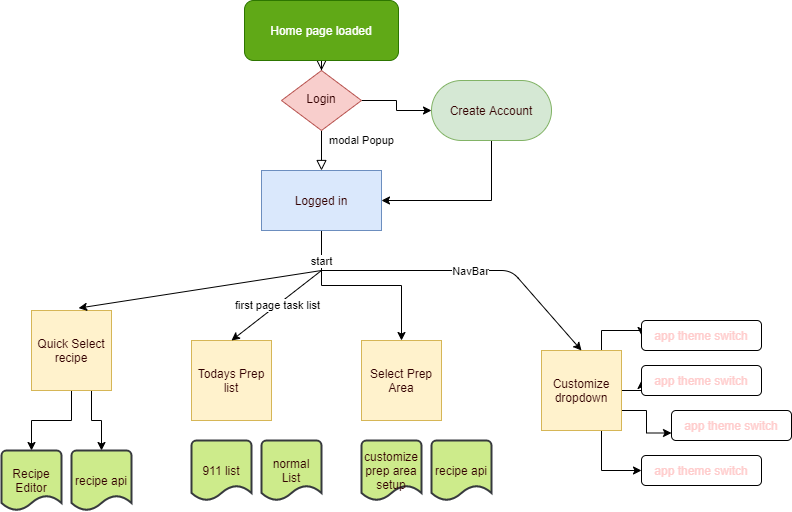
The draw.io diagram referenceLibrary/flowCharts/kitchenPrepAppFlowChart.png in Michael-Yount/KitchenPrepApp, before a commit. Source tidied: cells renumbered, new cells last; positions are measured from the earlier drawing's top-left corner, leaving out a move shared by most shapes. Its diagram source:
```xml
<mxGraphModel shadow="1">
  <root>
    <mxCell id="0" />
    <mxCell id="1" parent="0" />
    <mxCell id="2" style="rounded=0;html=1;jettySize=auto;fontSize=11;endArrow=block;endFill=0;endSize=8;strokeWidth=1;shadow=0;labelBackgroundColor=none;edgeStyle=orthogonalEdgeStyle;" parent="1" edge="1" source="3" target="6">
      <mxGeometry relative="1" as="geometry" />
    </mxCell>
    <mxCell id="3" value="Home page loaded" style="rounded=1;whiteSpace=wrap;html=1;fontSize=12;glass=0;strokeWidth=1;shadow=0;fillColor=#60a917;strokeColor=#2D7600;fontColor=#ffffff;" parent="1" vertex="1">
      <mxGeometry x="243" width="154" height="60" as="geometry" />
    </mxCell>
    <mxCell id="4" value="modal Popup" style="rounded=0;html=1;jettySize=auto;fontSize=11;endArrow=block;endFill=0;endSize=8;strokeWidth=1;shadow=0;labelBackgroundColor=none;edgeStyle=orthogonalEdgeStyle;" parent="1" edge="1" source="6" target="11">
      <mxGeometry x="-0.5" y="40" relative="1" as="geometry" />
    </mxCell>
    <mxCell id="5" style="edgeStyle=orthogonalEdgeStyle;rounded=0;jettySize=auto;html=1;fontColor=#330000;" parent="1" edge="1" source="6" target="13">
      <mxGeometry relative="1" as="geometry" />
    </mxCell>
    <mxCell id="6" value="Login" style="rhombus;whiteSpace=wrap;html=1;shadow=0;fontFamily=Helvetica;fontSize=12;align=center;strokeWidth=1;spacing=6;spacingTop=-4;fillColor=#f8cecc;strokeColor=#b85450;fontColor=#330000;" parent="1" vertex="1">
      <mxGeometry x="280" y="70" width="80" height="60" as="geometry" />
    </mxCell>
    <mxCell id="7" style="edgeStyle=orthogonalEdgeStyle;rounded=0;jettySize=auto;html=1;fontColor=#330000;" parent="1" edge="1" source="9" target="27">
      <mxGeometry relative="1" as="geometry" />
    </mxCell>
    <mxCell id="8" style="edgeStyle=orthogonalEdgeStyle;rounded=0;jettySize=auto;html=1;exitX=0.75;exitY=1;exitDx=0;exitDy=0;entryX=0.5;entryY=0;entryDx=0;entryDy=0;entryPerimeter=0;fontColor=#330000;" parent="1" edge="1" source="9" target="28">
      <mxGeometry relative="1" as="geometry" />
    </mxCell>
    <mxCell id="9" value="&lt;font&gt;Quick Select recipe&lt;/font&gt;" style="whiteSpace=wrap;html=1;fillColor=#fff2cc;strokeColor=#d6b656;fontColor=#330000;" parent="1" vertex="1">
      <mxGeometry x="30" y="310" width="80" height="80" as="geometry" />
    </mxCell>
    <mxCell id="10" style="edgeStyle=orthogonalEdgeStyle;rounded=0;jettySize=auto;html=1;fontColor=#330000;entryX=0.5;entryY=0;entryDx=0;entryDy=0;" parent="1" edge="1" source="11" target="14">
      <mxGeometry relative="1" as="geometry" />
    </mxCell>
    <mxCell id="11" value="&lt;font color=&quot;#330000&quot;&gt;Logged in&lt;/font&gt;" style="rounded=0;whiteSpace=wrap;html=1;fillColor=#dae8fc;strokeColor=#6c8ebf;" parent="1" vertex="1">
      <mxGeometry x="260" y="170" width="120" height="60" as="geometry" />
    </mxCell>
    <mxCell id="12" style="edgeStyle=orthogonalEdgeStyle;rounded=0;jettySize=auto;html=1;fontColor=#330000;" parent="1" edge="1" source="13" target="11">
      <mxGeometry relative="1" as="geometry">
        <Array as="points">
          <mxPoint x="490" y="200" />
        </Array>
      </mxGeometry>
    </mxCell>
    <mxCell id="13" value="Create Account" style="rounded=1;whiteSpace=wrap;html=1;fillColor=#d5e8d4;strokeColor=#82b366;arcSize=50;fontColor=#330000;" parent="1" vertex="1">
      <mxGeometry x="430" y="80" width="120" height="60" as="geometry" />
    </mxCell>
    <mxCell id="14" value="&lt;font&gt;Select Prep Area&lt;/font&gt;" style="whiteSpace=wrap;html=1;fillColor=#fff2cc;strokeColor=#d6b656;fontColor=#330000;" parent="1" vertex="1">
      <mxGeometry x="360" y="340" width="80" height="80" as="geometry" />
    </mxCell>
    <mxCell id="15" style="edgeStyle=orthogonalEdgeStyle;rounded=0;jettySize=auto;html=1;exitX=0.75;exitY=0;exitDx=0;exitDy=0;entryX=0;entryY=0.5;entryDx=0;entryDy=0;fontColor=#330000;" parent="1" edge="1" source="19" target="33">
      <mxGeometry relative="1" as="geometry" />
    </mxCell>
    <mxCell id="16" style="edgeStyle=orthogonalEdgeStyle;rounded=0;jettySize=auto;html=1;fontColor=#330000;" parent="1" edge="1" source="19" target="34">
      <mxGeometry relative="1" as="geometry" />
    </mxCell>
    <mxCell id="17" style="edgeStyle=orthogonalEdgeStyle;rounded=0;jettySize=auto;html=1;exitX=1;exitY=0.75;exitDx=0;exitDy=0;entryX=0;entryY=0.75;entryDx=0;entryDy=0;fontColor=#330000;" parent="1" edge="1" source="19" target="35">
      <mxGeometry relative="1" as="geometry" />
    </mxCell>
    <mxCell id="18" style="edgeStyle=orthogonalEdgeStyle;rounded=0;jettySize=auto;html=1;exitX=0.75;exitY=1;exitDx=0;exitDy=0;entryX=0;entryY=0.5;entryDx=0;entryDy=0;fontColor=#330000;" parent="1" edge="1" source="19" target="36">
      <mxGeometry relative="1" as="geometry" />
    </mxCell>
    <mxCell id="19" value="&lt;font&gt;Customize dropdown&lt;/font&gt;" style="whiteSpace=wrap;html=1;fillColor=#fff2cc;strokeColor=#d6b656;fontColor=#330000;" parent="1" vertex="1">
      <mxGeometry x="540" y="350" width="80" height="80" as="geometry" />
    </mxCell>
    <mxCell id="20" style="endArrow=classic;html=1;fontColor=#330000;entryX=0.589;entryY=-0.03;entryDx=0;entryDy=0;entryPerimeter=0;" parent="1" edge="1" target="9">
      <mxGeometry relative="1" as="geometry">
        <mxPoint x="320" y="270" as="sourcePoint" />
      </mxGeometry>
    </mxCell>
    <mxCell id="21" value="start" style="edgeLabel;html=1;align=center;verticalAlign=middle;" parent="20" vertex="1">
      <mxGeometry relative="1" as="geometry">
        <mxPoint x="121.3" y="-28.8" as="offset" />
      </mxGeometry>
    </mxCell>
    <mxCell id="22" style="endArrow=classic;html=1;fontColor=#330000;entryX=0.5;entryY=0;entryDx=0;entryDy=0;" parent="1" edge="1" target="19">
      <mxGeometry relative="1" as="geometry">
        <mxPoint x="320" y="270" as="sourcePoint" />
        <Array as="points">
          <mxPoint x="510" y="270" />
        </Array>
      </mxGeometry>
    </mxCell>
    <mxCell id="23" value="NavBar" style="edgeLabel;html=1;align=center;verticalAlign=middle;" parent="22" vertex="1">
      <mxGeometry relative="1" as="geometry" />
    </mxCell>
    <mxCell id="24" value="&lt;font&gt;Todays Prep list&lt;/font&gt;" style="whiteSpace=wrap;html=1;fillColor=#fff2cc;strokeColor=#d6b656;fontColor=#330000;" parent="1" vertex="1">
      <mxGeometry x="190" y="340" width="80" height="80" as="geometry" />
    </mxCell>
    <mxCell id="25" style="endArrow=classic;html=1;fontColor=#330000;entryX=0.5;entryY=0;entryDx=0;entryDy=0;" parent="1" edge="1" target="24">
      <mxGeometry relative="1" as="geometry">
        <mxPoint x="320" y="270" as="sourcePoint" />
      </mxGeometry>
    </mxCell>
    <mxCell id="26" value="first page task list" style="edgeLabel;html=1;align=center;verticalAlign=middle;" parent="25" vertex="1">
      <mxGeometry relative="1" as="geometry" />
    </mxCell>
    <mxCell id="27" value="&lt;font color=&quot;#330000&quot;&gt;Recipe Editor&lt;/font&gt;" style="strokeWidth=2;html=1;shape=mxgraph.flowchart.document2;whiteSpace=wrap;size=0.25;fillColor=#cdeb8b;strokeColor=#36393d;" parent="1" vertex="1">
      <mxGeometry y="450" width="60" height="60" as="geometry" />
    </mxCell>
    <mxCell id="28" value="&lt;font color=&quot;#330000&quot;&gt;recipe api&lt;/font&gt;" style="strokeWidth=2;html=1;shape=mxgraph.flowchart.document2;whiteSpace=wrap;size=0.25;fillColor=#cdeb8b;strokeColor=#36393d;" parent="1" vertex="1">
      <mxGeometry x="70" y="450" width="60" height="60" as="geometry" />
    </mxCell>
    <mxCell id="29" value="&lt;font color=&quot;#330000&quot;&gt;911 list&lt;/font&gt;" style="strokeWidth=2;html=1;shape=mxgraph.flowchart.document2;whiteSpace=wrap;size=0.25;fillColor=#cdeb8b;strokeColor=#36393d;" parent="1" vertex="1">
      <mxGeometry x="190" y="440" width="60" height="60" as="geometry" />
    </mxCell>
    <mxCell id="30" value="&lt;font color=&quot;#330000&quot;&gt;normal List&lt;/font&gt;" style="strokeWidth=2;html=1;shape=mxgraph.flowchart.document2;whiteSpace=wrap;size=0.25;fillColor=#cdeb8b;strokeColor=#36393d;" parent="1" vertex="1">
      <mxGeometry x="260" y="440" width="60" height="60" as="geometry" />
    </mxCell>
    <mxCell id="31" value="&lt;font color=&quot;#330000&quot;&gt;customize prep area setup&lt;/font&gt;" style="strokeWidth=2;html=1;shape=mxgraph.flowchart.document2;whiteSpace=wrap;size=0.25;fillColor=#cdeb8b;strokeColor=#36393d;" parent="1" vertex="1">
      <mxGeometry x="360" y="440" width="60" height="60" as="geometry" />
    </mxCell>
    <mxCell id="32" value="&lt;font color=&quot;#330000&quot;&gt;recipe api&lt;/font&gt;" style="strokeWidth=2;html=1;shape=mxgraph.flowchart.document2;whiteSpace=wrap;size=0.25;fillColor=#cdeb8b;strokeColor=#36393d;" parent="1" vertex="1">
      <mxGeometry x="430" y="440" width="60" height="60" as="geometry" />
    </mxCell>
    <mxCell id="33" value="&lt;font color=&quot;#ffcccc&quot;&gt;app theme switch&lt;/font&gt;" style="rounded=1;whiteSpace=wrap;html=1;fontColor=#330000;" parent="1" vertex="1">
      <mxGeometry x="640" y="320" width="120" height="30" as="geometry" />
    </mxCell>
    <mxCell id="34" value="&lt;font color=&quot;#ffcccc&quot;&gt;app theme switch&lt;/font&gt;" style="rounded=1;whiteSpace=wrap;html=1;fontColor=#330000;" parent="1" vertex="1">
      <mxGeometry x="640" y="365" width="120" height="30" as="geometry" />
    </mxCell>
    <mxCell id="35" value="&lt;font color=&quot;#ffcccc&quot;&gt;app theme switch&lt;/font&gt;" style="rounded=1;whiteSpace=wrap;html=1;fontColor=#330000;" parent="1" vertex="1">
      <mxGeometry x="670" y="410" width="120" height="30" as="geometry" />
    </mxCell>
    <mxCell id="36" value="&lt;font color=&quot;#ffcccc&quot;&gt;app theme switch&lt;/font&gt;" style="rounded=1;whiteSpace=wrap;html=1;fontColor=#330000;" parent="1" vertex="1">
      <mxGeometry x="640" y="455" width="120" height="30" as="geometry" />
    </mxCell>
  </root>
</mxGraphModel>
```
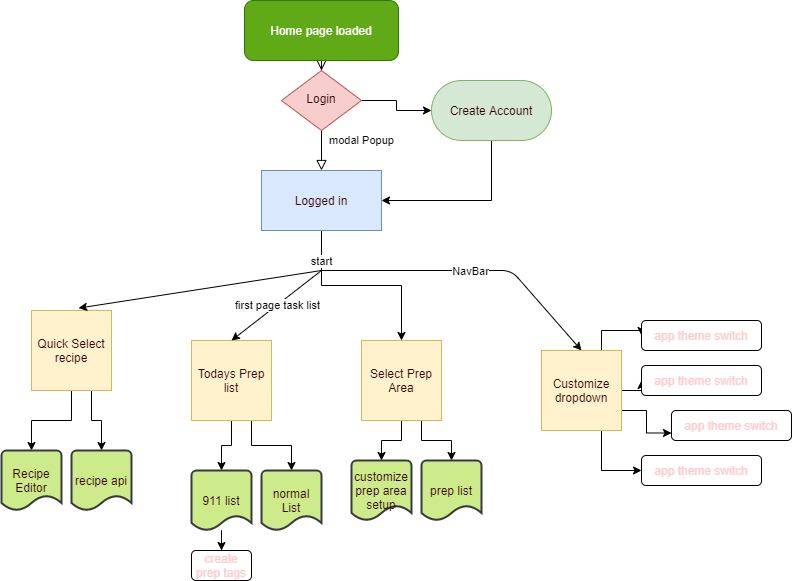
Later version of the same file.

What changed in the source:
```diff
@@ -42,6 +42,12 @@
     <mxCell id="13" value="Create Account" style="rounded=1;whiteSpace=wrap;html=1;fillColor=#d5e8d4;strokeColor=#82b366;arcSize=50;fontColor=#330000;" parent="1" vertex="1">
       <mxGeometry x="430" y="80" width="120" height="60" as="geometry" />
     </mxCell>
+    <mxCell id="37" style="edgeStyle=orthogonalEdgeStyle;rounded=0;jettySize=auto;html=1;entryX=0.5;entryY=0;entryDx=0;entryDy=0;entryPerimeter=0;fontColor=#330000;" parent="1" edge="1" source="14" target="31">
+      <mxGeometry relative="1" as="geometry" />
+    </mxCell>
+    <mxCell id="38" style="edgeStyle=orthogonalEdgeStyle;rounded=0;jettySize=auto;html=1;exitX=0.75;exitY=1;exitDx=0;exitDy=0;entryX=0.5;entryY=0;entryDx=0;entryDy=0;entryPerimeter=0;fontColor=#330000;" parent="1" edge="1" source="14" target="32">
+      <mxGeometry relative="1" as="geometry" />
+    </mxCell>
     <mxCell id="14" value="&lt;font&gt;Select Prep Area&lt;/font&gt;" style="whiteSpace=wrap;html=1;fillColor=#fff2cc;strokeColor=#d6b656;fontColor=#330000;" parent="1" vertex="1">
       <mxGeometry x="360" y="340" width="80" height="80" as="geometry" />
     </mxCell>
@@ -81,6 +87,12 @@
     <mxCell id="23" value="NavBar" style="edgeLabel;html=1;align=center;verticalAlign=middle;" parent="22" vertex="1">
       <mxGeometry relative="1" as="geometry" />
     </mxCell>
+    <mxCell id="39" style="edgeStyle=orthogonalEdgeStyle;rounded=0;jettySize=auto;html=1;fontColor=#330000;" parent="1" edge="1" source="24" target="29">
+      <mxGeometry relative="1" as="geometry" />
+    </mxCell>
+    <mxCell id="40" style="edgeStyle=orthogonalEdgeStyle;rounded=0;jettySize=auto;html=1;exitX=0.75;exitY=1;exitDx=0;exitDy=0;entryX=0.5;entryY=0;entryDx=0;entryDy=0;entryPerimeter=0;fontColor=#330000;" parent="1" edge="1" source="24" target="30">
+      <mxGeometry relative="1" as="geometry" />
+    </mxCell>
     <mxCell id="24" value="&lt;font&gt;Todays Prep list&lt;/font&gt;" style="whiteSpace=wrap;html=1;fillColor=#fff2cc;strokeColor=#d6b656;fontColor=#330000;" parent="1" vertex="1">
       <mxGeometry x="190" y="340" width="80" height="80" as="geometry" />
     </mxCell>
@@ -98,17 +110,20 @@
     <mxCell id="28" value="&lt;font color=&quot;#330000&quot;&gt;recipe api&lt;/font&gt;" style="strokeWidth=2;html=1;shape=mxgraph.flowchart.document2;whiteSpace=wrap;size=0.25;fillColor=#cdeb8b;strokeColor=#36393d;" parent="1" vertex="1">
       <mxGeometry x="70" y="450" width="60" height="60" as="geometry" />
     </mxCell>
+    <mxCell id="41" style="edgeStyle=orthogonalEdgeStyle;rounded=0;jettySize=auto;html=1;fontColor=#330000;" parent="1" edge="1" source="29" target="42">
+      <mxGeometry relative="1" as="geometry" />
+    </mxCell>
     <mxCell id="29" value="&lt;font color=&quot;#330000&quot;&gt;911 list&lt;/font&gt;" style="strokeWidth=2;html=1;shape=mxgraph.flowchart.document2;whiteSpace=wrap;size=0.25;fillColor=#cdeb8b;strokeColor=#36393d;" parent="1" vertex="1">
-      <mxGeometry x="190" y="440" width="60" height="60" as="geometry" />
+      <mxGeometry x="190" y="470" width="60" height="60" as="geometry" />
     </mxCell>
     <mxCell id="30" value="&lt;font color=&quot;#330000&quot;&gt;normal List&lt;/font&gt;" style="strokeWidth=2;html=1;shape=mxgraph.flowchart.document2;whiteSpace=wrap;size=0.25;fillColor=#cdeb8b;strokeColor=#36393d;" parent="1" vertex="1">
-      <mxGeometry x="260" y="440" width="60" height="60" as="geometry" />
+      <mxGeometry x="260" y="470" width="60" height="60" as="geometry" />
     </mxCell>
     <mxCell id="31" value="&lt;font color=&quot;#330000&quot;&gt;customize prep area setup&lt;/font&gt;" style="strokeWidth=2;html=1;shape=mxgraph.flowchart.document2;whiteSpace=wrap;size=0.25;fillColor=#cdeb8b;strokeColor=#36393d;" parent="1" vertex="1">
-      <mxGeometry x="360" y="440" width="60" height="60" as="geometry" />
+      <mxGeometry x="350" y="460" width="60" height="60" as="geometry" />
     </mxCell>
-    <mxCell id="32" value="&lt;font color=&quot;#330000&quot;&gt;recipe api&lt;/font&gt;" style="strokeWidth=2;html=1;shape=mxgraph.flowchart.document2;whiteSpace=wrap;size=0.25;fillColor=#cdeb8b;strokeColor=#36393d;" parent="1" vertex="1">
-      <mxGeometry x="430" y="440" width="60" height="60" as="geometry" />
+    <mxCell id="32" value="&lt;font color=&quot;#330000&quot;&gt;prep list&lt;/font&gt;" style="strokeWidth=2;html=1;shape=mxgraph.flowchart.document2;whiteSpace=wrap;size=0.25;fillColor=#cdeb8b;strokeColor=#36393d;" parent="1" vertex="1">
+      <mxGeometry x="420" y="460" width="60" height="60" as="geometry" />
     </mxCell>
     <mxCell id="33" value="&lt;font color=&quot;#ffcccc&quot;&gt;app theme switch&lt;/font&gt;" style="rounded=1;whiteSpace=wrap;html=1;fontColor=#330000;" parent="1" vertex="1">
       <mxGeometry x="640" y="320" width="120" height="30" as="geometry" />
@@ -122,5 +137,8 @@
     <mxCell id="36" value="&lt;font color=&quot;#ffcccc&quot;&gt;app theme switch&lt;/font&gt;" style="rounded=1;whiteSpace=wrap;html=1;fontColor=#330000;" parent="1" vertex="1">
       <mxGeometry x="640" y="455" width="120" height="30" as="geometry" />
     </mxCell>
+    <mxCell id="42" value="&lt;font color=&quot;#ffcccc&quot;&gt;create prep tags&lt;br&gt;&lt;/font&gt;" style="rounded=1;whiteSpace=wrap;html=1;fontColor=#330000;" parent="1" vertex="1">
+      <mxGeometry x="190" y="550" width="60" height="30" as="geometry" />
+    </mxCell>
   </root>
 </mxGraphModel>
```
